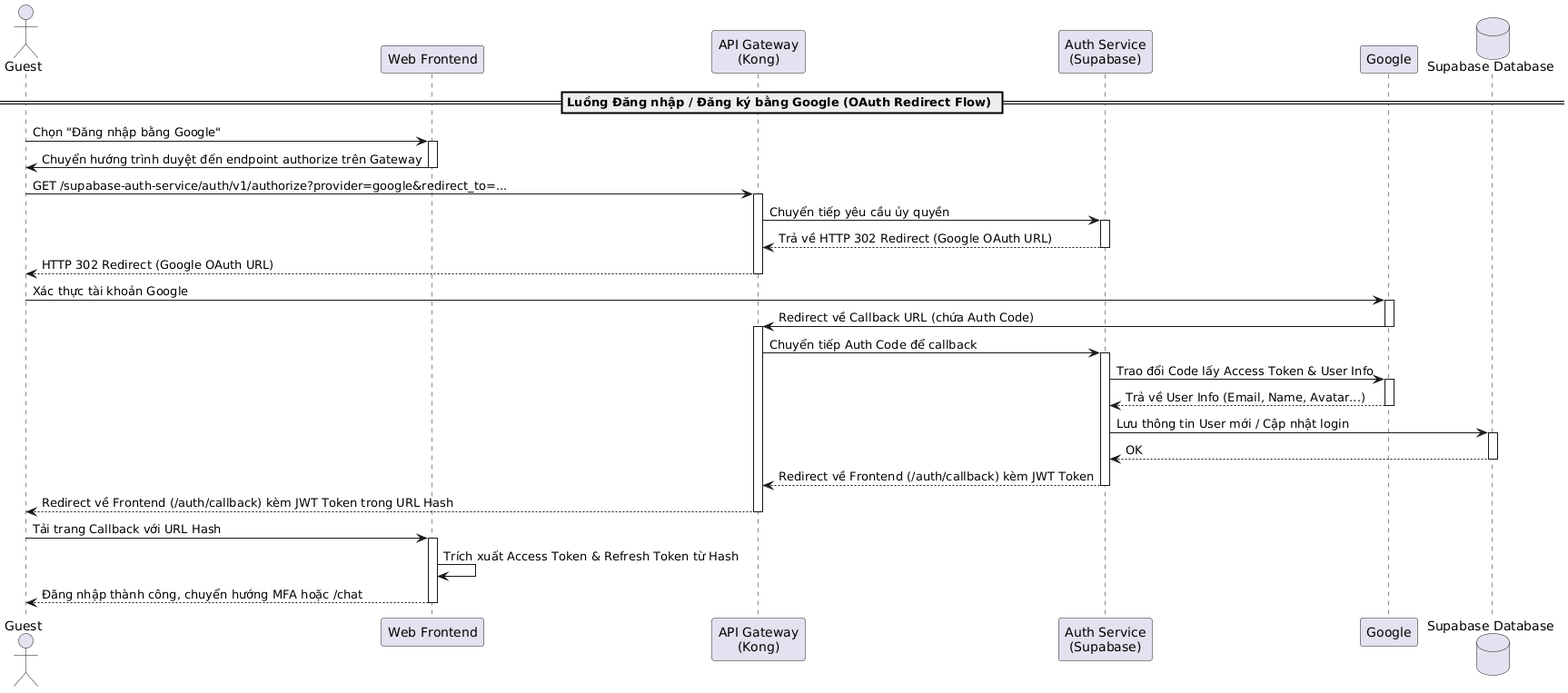
Earlier version of the PlantUML export latex/contents/Sequence/UML-Sequence-03.png (20206205Tech/docs-latex).
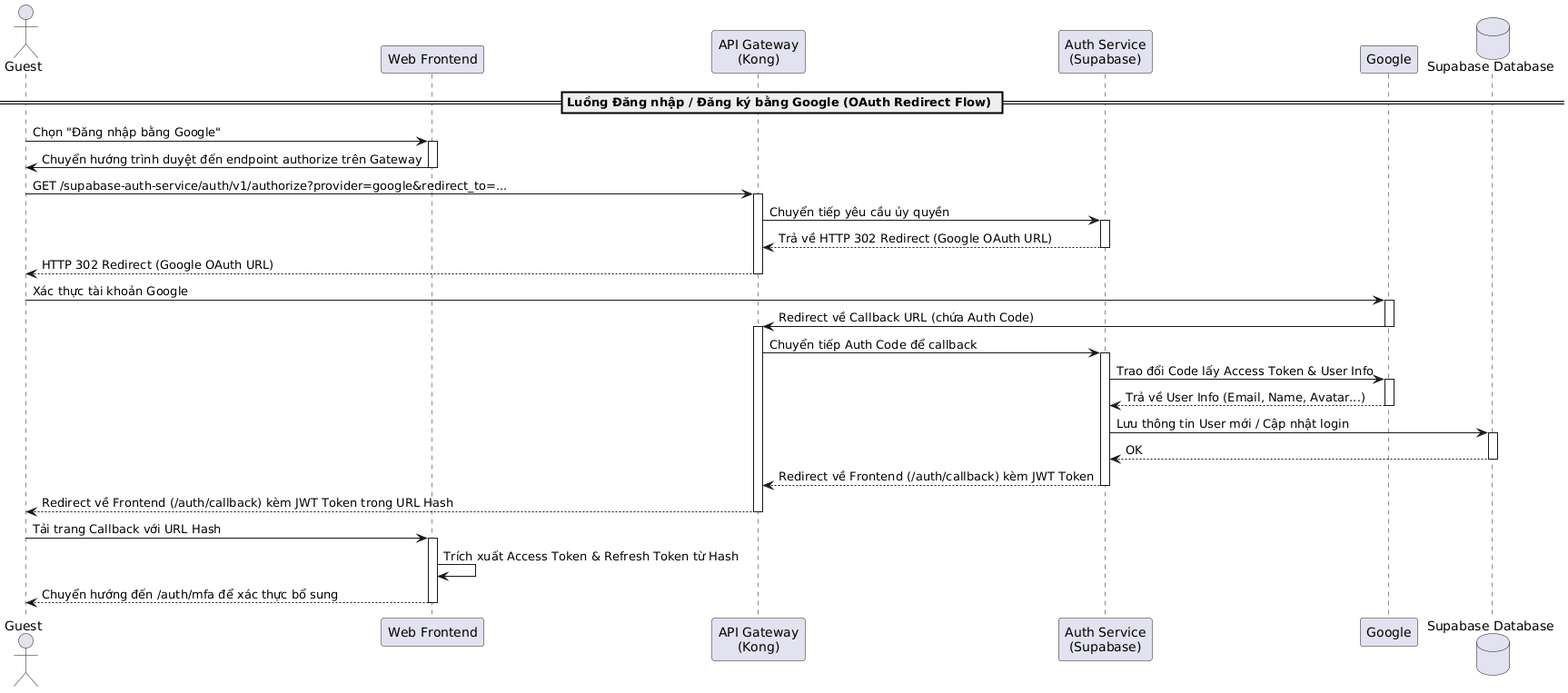
After the commit.

What changed in the source:
```diff
@@ -48,6 +48,6 @@
 Guest -> Frontend: Tải trang Callback với URL Hash
 activate Frontend
 Frontend -> Frontend: Trích xuất Access Token & Refresh Token từ Hash
-Frontend --> Guest: Đăng nhập thành công, chuyển hướng MFA hoặc /chat
+Frontend --> Guest: Chuyển hướng đến /auth/mfa để xác thực bổ sung
 deactivate Frontend
 @enduml
```
